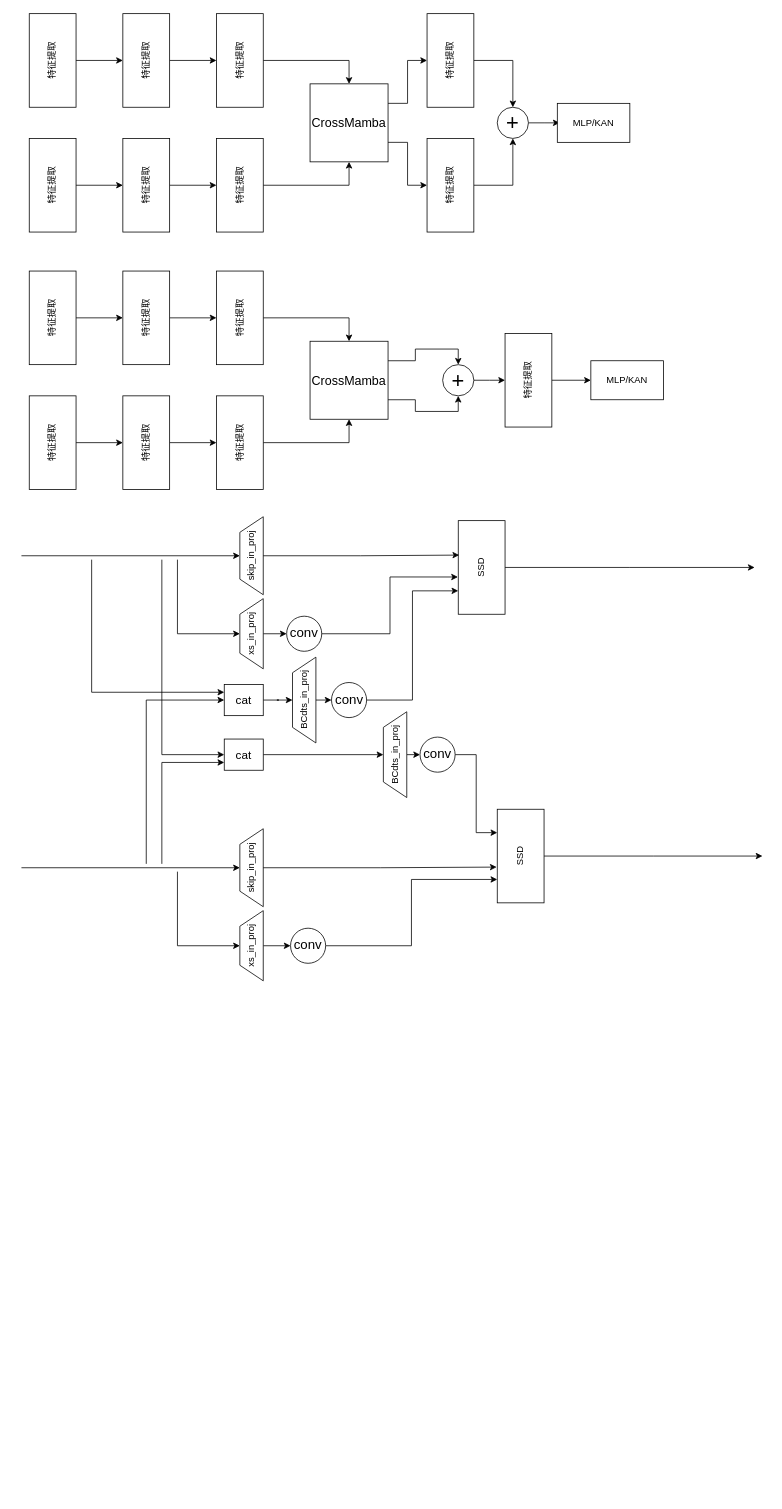
This is CrossMamba/crossmamba.drawio from leaf-down/Medical_image_classification, a draw.io file, before an edit. Source tidied: cells renumbered, new cells numbered last; positions are measured from the earlier drawing's top-left corner, leaving out a move shared by most shapes. Both pictures are drawn from the tidied source at 78%, with x=0, y=0 at pixel (5, 37).
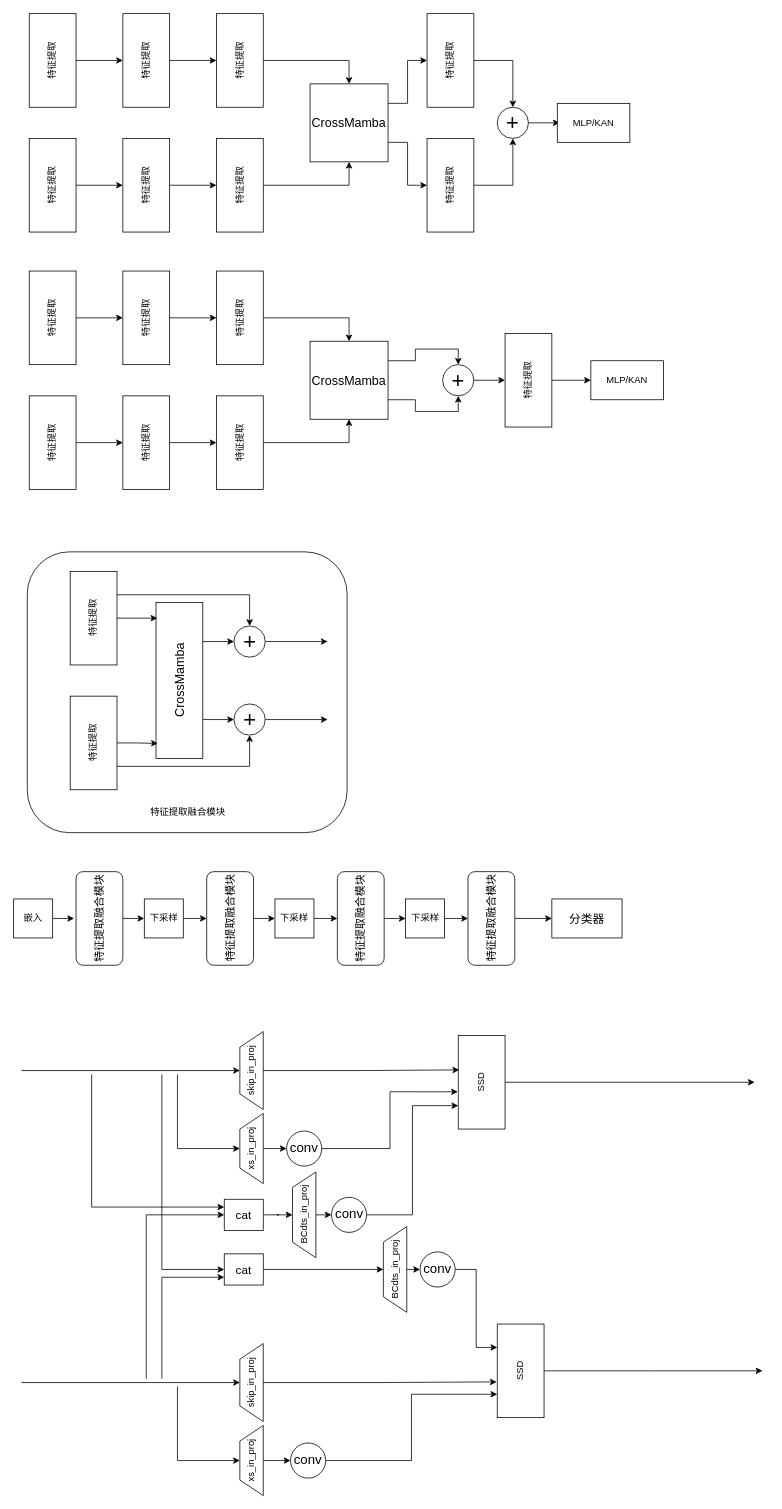
The same page after the edit.

Diff of the diagram source:
```diff
@@
     <mxCell id="44" value="skip_in_proj" style="shape=trapezoid;perimeter=trapezoidPerimeter;whiteSpace=wrap;html=1;fixedSize=1;rotation=-90;" parent="1" vertex="1">
-      <mxGeometry x="265" y="650" width="100" height="30" as="geometry" />
+      <mxGeometry x="265" y="1310" width="100" height="30" as="geometry" />
     </mxCell>
@@
     <mxCell id="46" value="xs_in_proj" style="shape=trapezoid;perimeter=trapezoidPerimeter;whiteSpace=wrap;html=1;fixedSize=1;rotation=-90;" parent="1" vertex="1">
-      <mxGeometry x="270" y="750" width="90" height="30" as="geometry" />
+      <mxGeometry x="270" y="1410" width="90" height="30" as="geometry" />
     </mxCell>
@@
     <mxCell id="48" value="BCdts_in_proj" style="shape=trapezoid;perimeter=trapezoidPerimeter;whiteSpace=wrap;html=1;fixedSize=1;rotation=-90;" parent="1" vertex="1">
-      <mxGeometry x="327.5" y="835" width="110" height="30" as="geometry" />
+      <mxGeometry x="327.5" y="1495" width="110" height="30" as="geometry" />
     </mxCell>
     <mxCell id="49" style="endArrow=classic;html=1;rounded=0;entryX=0.5;entryY=0;entryDx=0;entryDy=0;" parent="1" edge="1" target="44">
       <mxGeometry relative="1" as="geometry">
-        <mxPoint x="20" y="665" as="sourcePoint" />
+        <mxPoint x="20" y="1325" as="sourcePoint" />
       </mxGeometry>
     </mxCell>
     <mxCell id="50" style="endArrow=classic;html=1;rounded=0;entryX=0.5;entryY=0;entryDx=0;entryDy=0;" parent="1" edge="1" target="46">
       <mxGeometry relative="1" as="geometry">
-        <mxPoint x="220" y="670" as="sourcePoint" />
+        <mxPoint x="220" y="1330" as="sourcePoint" />
         <Array as="points">
-          <mxPoint x="220" y="765" />
+          <mxPoint x="220" y="1425" />
         </Array>
       </mxGeometry>
     </mxCell>
     <mxCell id="51" value="skip_in_proj" style="shape=trapezoid;perimeter=trapezoidPerimeter;whiteSpace=wrap;html=1;fixedSize=1;rotation=-90;" parent="1" vertex="1">
-      <mxGeometry x="265" y="1050" width="100" height="30" as="geometry" />
+      <mxGeometry x="265" y="1710" width="100" height="30" as="geometry" />
     </mxCell>
@@
     <mxCell id="53" value="xs_in_proj" style="shape=trapezoid;perimeter=trapezoidPerimeter;whiteSpace=wrap;html=1;fixedSize=1;rotation=-90;" parent="1" vertex="1">
-      <mxGeometry x="270" y="1150" width="90" height="30" as="geometry" />
+      <mxGeometry x="270" y="1810" width="90" height="30" as="geometry" />
     </mxCell>
     <mxCell id="54" style="endArrow=classic;html=1;rounded=0;entryX=0.5;entryY=0;entryDx=0;entryDy=0;" parent="1" edge="1" target="51">
       <mxGeometry relative="1" as="geometry">
-        <mxPoint x="20" y="1065" as="sourcePoint" />
+        <mxPoint x="20" y="1725" as="sourcePoint" />
       </mxGeometry>
     </mxCell>
     <mxCell id="55" style="endArrow=classic;html=1;rounded=0;entryX=0.5;entryY=0;entryDx=0;entryDy=0;" parent="1" edge="1" target="53">
       <mxGeometry relative="1" as="geometry">
-        <mxPoint x="220" y="1070" as="sourcePoint" />
+        <mxPoint x="220" y="1730" as="sourcePoint" />
         <Array as="points">
-          <mxPoint x="220" y="1165" />
+          <mxPoint x="220" y="1825" />
         </Array>
       </mxGeometry>
     </mxCell>
@@
     <mxCell id="57" value="&lt;font style=&quot;font-size: 15px;&quot;&gt;cat&lt;/font&gt;" style="rounded=0;whiteSpace=wrap;html=1;" parent="1" vertex="1">
-      <mxGeometry x="280" y="830" width="50" height="40" as="geometry" />
+      <mxGeometry x="280" y="1490" width="50" height="40" as="geometry" />
     </mxCell>
     <mxCell id="58" style="endArrow=classic;html=1;rounded=0;entryX=0;entryY=0.25;entryDx=0;entryDy=0;" parent="1" edge="1" target="57">
       <mxGeometry relative="1" as="geometry">
-        <mxPoint x="110" y="670" as="sourcePoint" />
+        <mxPoint x="110" y="1330" as="sourcePoint" />
         <Array as="points">
-          <mxPoint x="110" y="840" />
+          <mxPoint x="110" y="1500" />
         </Array>
       </mxGeometry>
     </mxCell>
     <mxCell id="59" style="endArrow=classic;html=1;rounded=0;entryX=0;entryY=0.5;entryDx=0;entryDy=0;" parent="1" edge="1" target="57">
       <mxGeometry relative="1" as="geometry">
-        <mxPoint x="180" y="1060" as="sourcePoint" />
+        <mxPoint x="180" y="1720" as="sourcePoint" />
         <Array as="points">
-          <mxPoint x="180" y="850" />
+          <mxPoint x="180" y="1510" />
         </Array>
       </mxGeometry>
     </mxCell>
@@
     <mxCell id="61" value="&lt;font style=&quot;font-size: 15px;&quot;&gt;cat&lt;/font&gt;" style="rounded=0;whiteSpace=wrap;html=1;" parent="1" vertex="1">
-      <mxGeometry x="280" y="900" width="50" height="40" as="geometry" />
+      <mxGeometry x="280" y="1560" width="50" height="40" as="geometry" />
     </mxCell>
     <mxCell id="62" style="endArrow=classic;html=1;rounded=0;" parent="1" edge="1">
       <mxGeometry relative="1" as="geometry">
-        <mxPoint x="200" y="1060" as="sourcePoint" />
-        <mxPoint x="280" y="930" as="targetPoint" />
+        <mxPoint x="200" y="1720" as="sourcePoint" />
+        <mxPoint x="280" y="1590" as="targetPoint" />
         <Array as="points">
-          <mxPoint x="200" y="930" />
+          <mxPoint x="200" y="1590" />
         </Array>
       </mxGeometry>
     </mxCell>
     <mxCell id="63" style="endArrow=classic;html=1;rounded=0;" parent="1" edge="1">
       <mxGeometry relative="1" as="geometry">
-        <mxPoint x="200" y="670" as="sourcePoint" />
-        <mxPoint x="280" y="920" as="targetPoint" />
+        <mxPoint x="200" y="1330" as="sourcePoint" />
+        <mxPoint x="280" y="1580" as="targetPoint" />
         <Array as="points">
-          <mxPoint x="200" y="920" />
+          <mxPoint x="200" y="1580" />
         </Array>
       </mxGeometry>
     </mxCell>
@@
     <mxCell id="65" value="BCdts_in_proj" style="shape=trapezoid;perimeter=trapezoidPerimeter;whiteSpace=wrap;html=1;fixedSize=1;rotation=-90;" parent="1" vertex="1">
-      <mxGeometry x="444" y="905" width="110" height="30" as="geometry" />
+      <mxGeometry x="444" y="1565" width="110" height="30" as="geometry" />
     </mxCell>
     <mxCell id="66" value="&lt;font style=&quot;font-size: 17px;&quot;&gt;conv&lt;/font&gt;" style="ellipse;whiteSpace=wrap;html=1;" parent="1" vertex="1">
-      <mxGeometry x="360" y="742.5" width="45" height="45" as="geometry" />
+      <mxGeometry x="360" y="1402.5" width="45" height="45" as="geometry" />
     </mxCell>
     <mxCell id="67" style="edgeStyle=orthogonalEdgeStyle;rounded=0;jettySize=auto;html=1;" parent="1" edge="1" source="68">
       <mxGeometry relative="1" as="geometry">
-        <mxPoint x="960" y="680" as="targetPoint" />
+        <mxPoint x="960" y="1340" as="targetPoint" />
       </mxGeometry>
     </mxCell>
     <mxCell id="68" value="SSD" style="rounded=0;whiteSpace=wrap;html=1;rotation=-90;" parent="1" vertex="1">
-      <mxGeometry x="550" y="650" width="120" height="60" as="geometry" />
+      <mxGeometry x="550" y="1310" width="120" height="60" as="geometry" />
     </mxCell>
@@
     <mxCell id="72" value="&lt;font style=&quot;font-size: 17px;&quot;&gt;conv&lt;/font&gt;" style="ellipse;whiteSpace=wrap;html=1;" parent="1" vertex="1">
-      <mxGeometry x="417.5" y="827.5" width="45" height="45" as="geometry" />
+      <mxGeometry x="417.5" y="1487.5" width="45" height="45" as="geometry" />
     </mxCell>
@@
     <mxCell id="74" value="&lt;font style=&quot;font-size: 17px;&quot;&gt;conv&lt;/font&gt;" style="ellipse;whiteSpace=wrap;html=1;" parent="1" vertex="1">
-      <mxGeometry x="531" y="897.5" width="45" height="45" as="geometry" />
+      <mxGeometry x="531" y="1557.5" width="45" height="45" as="geometry" />
     </mxCell>
     <mxCell id="75" style="edgeStyle=orthogonalEdgeStyle;rounded=0;jettySize=auto;html=1;exitX=0.5;exitY=1;exitDx=0;exitDy=0;" parent="1" edge="1" source="76">
       <mxGeometry relative="1" as="geometry">
-        <mxPoint x="970" y="1050" as="targetPoint" />
+        <mxPoint x="970" y="1710" as="targetPoint" />
       </mxGeometry>
     </mxCell>
     <mxCell id="76" value="SSD" style="rounded=0;whiteSpace=wrap;html=1;rotation=-90;" parent="1" vertex="1">
-      <mxGeometry x="600" y="1020" width="120" height="60" as="geometry" />
+      <mxGeometry x="600" y="1680" width="120" height="60" as="geometry" />
     </mxCell>
@@
     <mxCell id="79" value="&lt;font style=&quot;font-size: 17px;&quot;&gt;conv&lt;/font&gt;" style="ellipse;whiteSpace=wrap;html=1;" parent="1" vertex="1">
-      <mxGeometry x="365" y="1142.5" width="45" height="45" as="geometry" />
+      <mxGeometry x="365" y="1802.5" width="45" height="45" as="geometry" />
     </mxCell>
+    <mxCell id="80" style="rounded=1;whiteSpace=wrap;html=1;" parent="1" vertex="1">
+      <mxGeometry x="27.5" y="660" width="410" height="360" as="geometry" />
+    </mxCell>
+    <mxCell id="81" style="edgeStyle=orthogonalEdgeStyle;rounded=0;jettySize=auto;html=1;exitX=0.75;exitY=1;exitDx=0;exitDy=0;entryX=0.5;entryY=0;entryDx=0;entryDy=0;" parent="1" edge="1" source="82" target="91">
+      <mxGeometry relative="1" as="geometry" />
+    </mxCell>
+    <mxCell id="82" value="特征提取" style="rounded=0;whiteSpace=wrap;html=1;rotation=-90;" parent="1" vertex="1">
+      <mxGeometry x="52.5" y="715" width="120" height="60" as="geometry" />
+    </mxCell>
+    <mxCell id="83" style="edgeStyle=orthogonalEdgeStyle;rounded=0;jettySize=auto;html=1;exitX=0.25;exitY=1;exitDx=0;exitDy=0;entryX=0.5;entryY=1;entryDx=0;entryDy=0;" parent="1" edge="1" source="84" target="93">
+      <mxGeometry relative="1" as="geometry" />
+    </mxCell>
+    <mxCell id="84" value="特征提取" style="rounded=0;whiteSpace=wrap;html=1;rotation=-90;" parent="1" vertex="1">
+      <mxGeometry x="52.5" y="875" width="120" height="60" as="geometry" />
+    </mxCell>
+    <mxCell id="85" style="edgeStyle=orthogonalEdgeStyle;rounded=0;jettySize=auto;html=1;exitX=0.75;exitY=1;exitDx=0;exitDy=0;entryX=0;entryY=0.5;entryDx=0;entryDy=0;" parent="1" edge="1" source="87" target="91">
+      <mxGeometry relative="1" as="geometry" />
+    </mxCell>
+    <mxCell id="86" style="edgeStyle=orthogonalEdgeStyle;rounded=0;jettySize=auto;html=1;exitX=0.25;exitY=1;exitDx=0;exitDy=0;entryX=0;entryY=0.5;entryDx=0;entryDy=0;" parent="1" edge="1" source="87" target="93">
+      <mxGeometry relative="1" as="geometry" />
+    </mxCell>
+    <mxCell id="87" value="&lt;span style=&quot;font-size: 16px;&quot;&gt;CrossMamba&lt;/span&gt;" style="rounded=0;whiteSpace=wrap;html=1;rotation=-90;" parent="1" vertex="1">
+      <mxGeometry x="122.5" y="795" width="200" height="60" as="geometry" />
+    </mxCell>
+    <mxCell id="88" style="edgeStyle=orthogonalEdgeStyle;rounded=0;jettySize=auto;html=1;exitX=0.5;exitY=1;exitDx=0;exitDy=0;entryX=0.097;entryY=0.039;entryDx=0;entryDy=0;entryPerimeter=0;" parent="1" edge="1" source="84" target="87">
+      <mxGeometry relative="1" as="geometry" />
+    </mxCell>
+    <mxCell id="89" style="edgeStyle=orthogonalEdgeStyle;rounded=0;jettySize=auto;html=1;exitX=0.5;exitY=1;exitDx=0;exitDy=0;entryX=0.9;entryY=0.028;entryDx=0;entryDy=0;entryPerimeter=0;" parent="1" edge="1" source="82" target="87">
+      <mxGeometry relative="1" as="geometry" />
+    </mxCell>
+    <mxCell id="90" style="edgeStyle=orthogonalEdgeStyle;rounded=0;jettySize=auto;html=1;exitX=1;exitY=0.5;exitDx=0;exitDy=0;" parent="1" edge="1" source="91">
+      <mxGeometry relative="1" as="geometry">
+        <mxPoint x="412.5" y="775" as="targetPoint" />
+      </mxGeometry>
+    </mxCell>
+    <mxCell id="91" value="&lt;font style=&quot;font-size: 28px;&quot;&gt;+&lt;/font&gt;" style="ellipse;whiteSpace=wrap;html=1;" parent="1" vertex="1">
+      <mxGeometry x="292.5" y="755" width="40" height="40" as="geometry" />
+    </mxCell>
+    <mxCell id="92" style="edgeStyle=orthogonalEdgeStyle;rounded=0;jettySize=auto;html=1;exitX=1;exitY=0.5;exitDx=0;exitDy=0;" parent="1" edge="1" source="93">
+      <mxGeometry relative="1" as="geometry">
+        <mxPoint x="412.5" y="875" as="targetPoint" />
+      </mxGeometry>
+    </mxCell>
+    <mxCell id="93" value="&lt;font style=&quot;font-size: 28px;&quot;&gt;+&lt;/font&gt;" style="ellipse;whiteSpace=wrap;html=1;" parent="1" vertex="1">
+      <mxGeometry x="292.5" y="855" width="40" height="40" as="geometry" />
+    </mxCell>
+    <mxCell id="94" value="特征提取融合模块" style="text;html=1;align=center;verticalAlign=middle;strokeColor=none;fillColor=none;" parent="1" vertex="1">
+      <mxGeometry x="172.5" y="979" width="120" height="30" as="geometry" />
+    </mxCell>
+    <mxCell id="95" style="edgeStyle=orthogonalEdgeStyle;rounded=0;jettySize=auto;html=1;exitX=0.5;exitY=1;exitDx=0;exitDy=0;entryX=0;entryY=0.5;entryDx=0;entryDy=0;" parent="1" edge="1" source="96" target="98">
+      <mxGeometry relative="1" as="geometry" />
+    </mxCell>
+    <mxCell id="96" value="&lt;span style=&quot;text-wrap-mode: nowrap;&quot;&gt;&lt;font style=&quot;font-size: 14px;&quot;&gt;特征提取融合模块&lt;/font&gt;&lt;/span&gt;" style="rounded=1;whiteSpace=wrap;html=1;rotation=-90;" parent="1" vertex="1">
+      <mxGeometry x="60" y="1100" width="120" height="60" as="geometry" />
+    </mxCell>
+    <mxCell id="97" style="edgeStyle=orthogonalEdgeStyle;rounded=0;jettySize=auto;html=1;exitX=1;exitY=0.5;exitDx=0;exitDy=0;entryX=0.5;entryY=0;entryDx=0;entryDy=0;" parent="1" edge="1" source="98" target="102">
+      <mxGeometry relative="1" as="geometry" />
+    </mxCell>
+    <mxCell id="98" value="下采样" style="whiteSpace=wrap;html=1;" parent="1" vertex="1">
+      <mxGeometry x="177.5" y="1105" width="50" height="50" as="geometry" />
+    </mxCell>
+    <mxCell id="99" style="edgeStyle=orthogonalEdgeStyle;rounded=0;jettySize=auto;html=1;exitX=1;exitY=0.5;exitDx=0;exitDy=0;" parent="1" edge="1" source="100">
+      <mxGeometry relative="1" as="geometry">
+        <mxPoint x="87.5" y="1130" as="targetPoint" />
+      </mxGeometry>
+    </mxCell>
+    <mxCell id="100" value="嵌入" style="whiteSpace=wrap;html=1;" parent="1" vertex="1">
+      <mxGeometry x="10" y="1105" width="50" height="50" as="geometry" />
+    </mxCell>
+    <mxCell id="101" style="edgeStyle=orthogonalEdgeStyle;rounded=0;jettySize=auto;html=1;exitX=0.5;exitY=1;exitDx=0;exitDy=0;entryX=0;entryY=0.5;entryDx=0;entryDy=0;" parent="1" edge="1" source="102" target="104">
+      <mxGeometry relative="1" as="geometry" />
+    </mxCell>
+    <mxCell id="102" value="&lt;span style=&quot;text-wrap-mode: nowrap;&quot;&gt;&lt;font style=&quot;font-size: 14px;&quot;&gt;特征提取融合模块&lt;/font&gt;&lt;/span&gt;" style="rounded=1;whiteSpace=wrap;html=1;rotation=-90;" parent="1" vertex="1">
+      <mxGeometry x="227.5" y="1100" width="120" height="60" as="geometry" />
+    </mxCell>
+    <mxCell id="103" style="edgeStyle=orthogonalEdgeStyle;rounded=0;jettySize=auto;html=1;exitX=1;exitY=0.5;exitDx=0;exitDy=0;entryX=0.5;entryY=0;entryDx=0;entryDy=0;" parent="1" edge="1" source="104" target="106">
+      <mxGeometry relative="1" as="geometry" />
+    </mxCell>
+    <mxCell id="104" value="下采样" style="whiteSpace=wrap;html=1;" parent="1" vertex="1">
+      <mxGeometry x="345" y="1105" width="50" height="50" as="geometry" />
+    </mxCell>
+    <mxCell id="105" style="edgeStyle=orthogonalEdgeStyle;rounded=0;jettySize=auto;html=1;exitX=0.5;exitY=1;exitDx=0;exitDy=0;entryX=0;entryY=0.5;entryDx=0;entryDy=0;" parent="1" edge="1" source="106" target="108">
+      <mxGeometry relative="1" as="geometry" />
+    </mxCell>
+    <mxCell id="106" value="&lt;span style=&quot;text-wrap-mode: nowrap;&quot;&gt;&lt;font style=&quot;font-size: 14px;&quot;&gt;特征提取融合模块&lt;/font&gt;&lt;/span&gt;" style="rounded=1;whiteSpace=wrap;html=1;rotation=-90;" parent="1" vertex="1">
+      <mxGeometry x="395" y="1100" width="120" height="60" as="geometry" />
+    </mxCell>
+    <mxCell id="107" style="edgeStyle=orthogonalEdgeStyle;rounded=0;jettySize=auto;html=1;exitX=1;exitY=0.5;exitDx=0;exitDy=0;entryX=0.5;entryY=0;entryDx=0;entryDy=0;" parent="1" edge="1" source="108" target="110">
+      <mxGeometry relative="1" as="geometry" />
+    </mxCell>
+    <mxCell id="108" value="下采样" style="whiteSpace=wrap;html=1;" parent="1" vertex="1">
+      <mxGeometry x="512.5" y="1105" width="50" height="50" as="geometry" />
+    </mxCell>
+    <mxCell id="109" style="edgeStyle=orthogonalEdgeStyle;rounded=0;jettySize=auto;html=1;exitX=0.5;exitY=1;exitDx=0;exitDy=0;entryX=0;entryY=0.5;entryDx=0;entryDy=0;" parent="1" edge="1" source="110" target="111">
+      <mxGeometry relative="1" as="geometry" />
+    </mxCell>
+    <mxCell id="110" value="&lt;span style=&quot;text-wrap-mode: nowrap;&quot;&gt;&lt;font style=&quot;font-size: 14px;&quot;&gt;特征提取融合模块&lt;/font&gt;&lt;/span&gt;" style="rounded=1;whiteSpace=wrap;html=1;rotation=-90;" parent="1" vertex="1">
+      <mxGeometry x="562.5" y="1100" width="120" height="60" as="geometry" />
+    </mxCell>
+    <mxCell id="111" value="&lt;font style=&quot;font-size: 15px;&quot;&gt;分类器&lt;/font&gt;" style="rounded=0;whiteSpace=wrap;html=1;" parent="1" vertex="1">
+      <mxGeometry x="700" y="1105" width="90" height="50" as="geometry" />
+    </mxCell>
```
